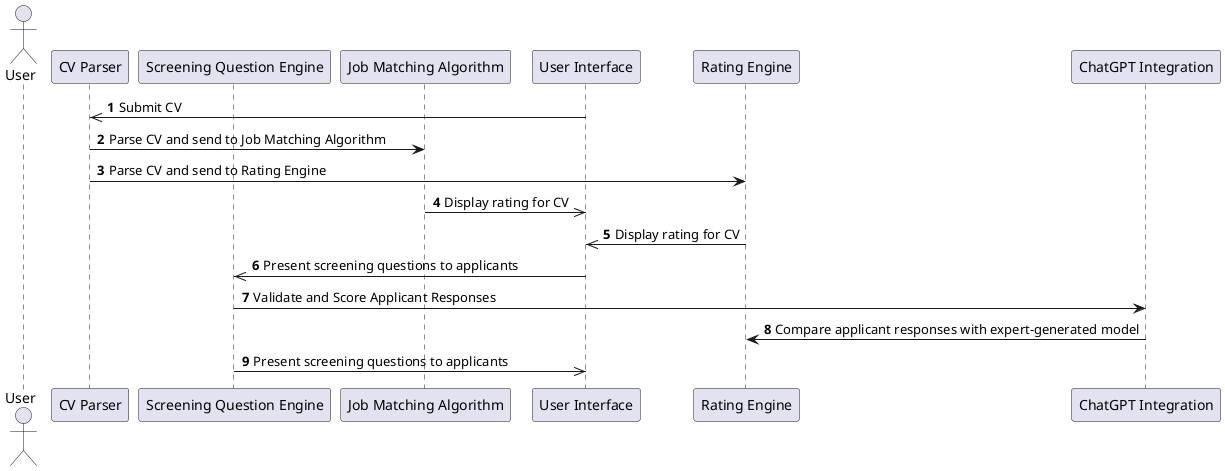
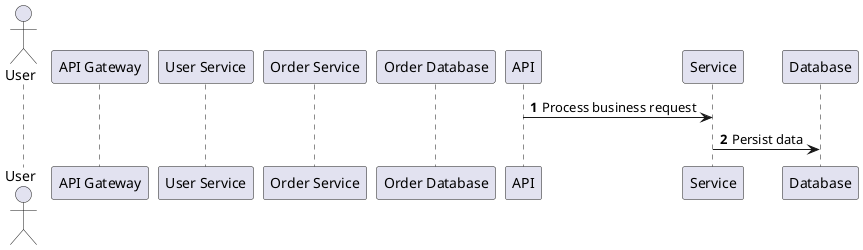
@startuml
autonumber
actor User
- participant "CV Parser" as CVParser
- participant "Screening Question Engine" as ScreeningQuestionEngine
- participant "Job Matching Algorithm" as JobMatchingAlgorithm
- participant "User Interface" as UserInterface
- participant "Rating Engine" as RatingEngine
- participant "ChatGPT Integration" as ChatGPTIntegration
- UserInterface ->> CVParser : Submit CV
- CVParser -> JobMatchingAlgorithm : Parse CV and send to Job Matching Algorithm
- CVParser -> RatingEngine : Parse CV and send to Rating Engine
- JobMatchingAlgorithm ->> UserInterface : Display rating for CV
- RatingEngine ->> UserInterface : Display rating for CV
- UserInterface ->> ScreeningQuestionEngine : Present screening questions to applicants
- ScreeningQuestionEngine -> ChatGPTIntegration : Validate and Score Applicant Responses
- ChatGPTIntegration -> RatingEngine : Compare applicant responses with expert-generated model
- ScreeningQuestionEngine ->> UserInterface : Present screening questions to applicants
+ participant "API Gateway" as APIGateway
+ participant "User Service" as UserService
+ participant "Order Service" as OrderService
+ participant "Order Database" as OrderDatabase
+ API -> Service : Process business request
+ Service -> Database : Persist data
@enduml